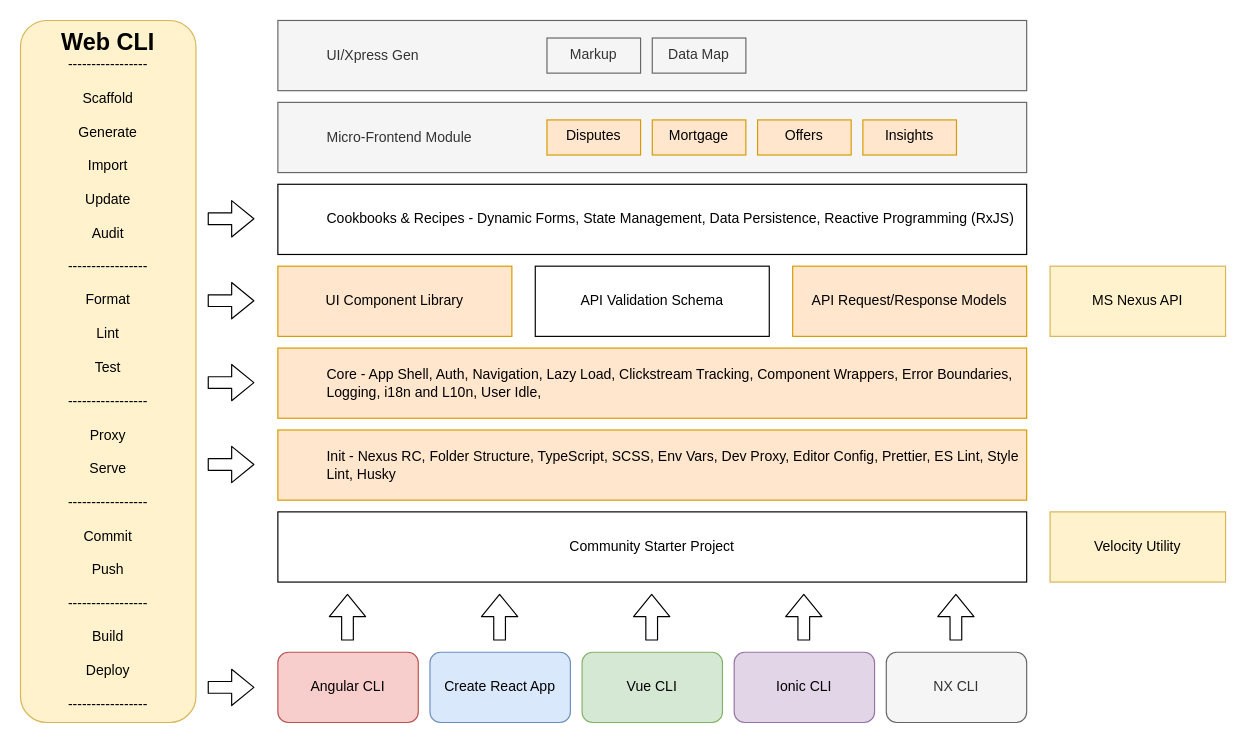
The draw.io diagram Nexus CLI map.drawio in hikumealan/draw-io-diagrams, before the edit. Source tidied: cells renumbered, new cells numbered last; positions are measured from the earlier drawing's top-left corner, leaving out a move shared by most shapes. Both pictures are drawn from the tidied source at 117%, with x=0, y=0 at pixel (20, 20).
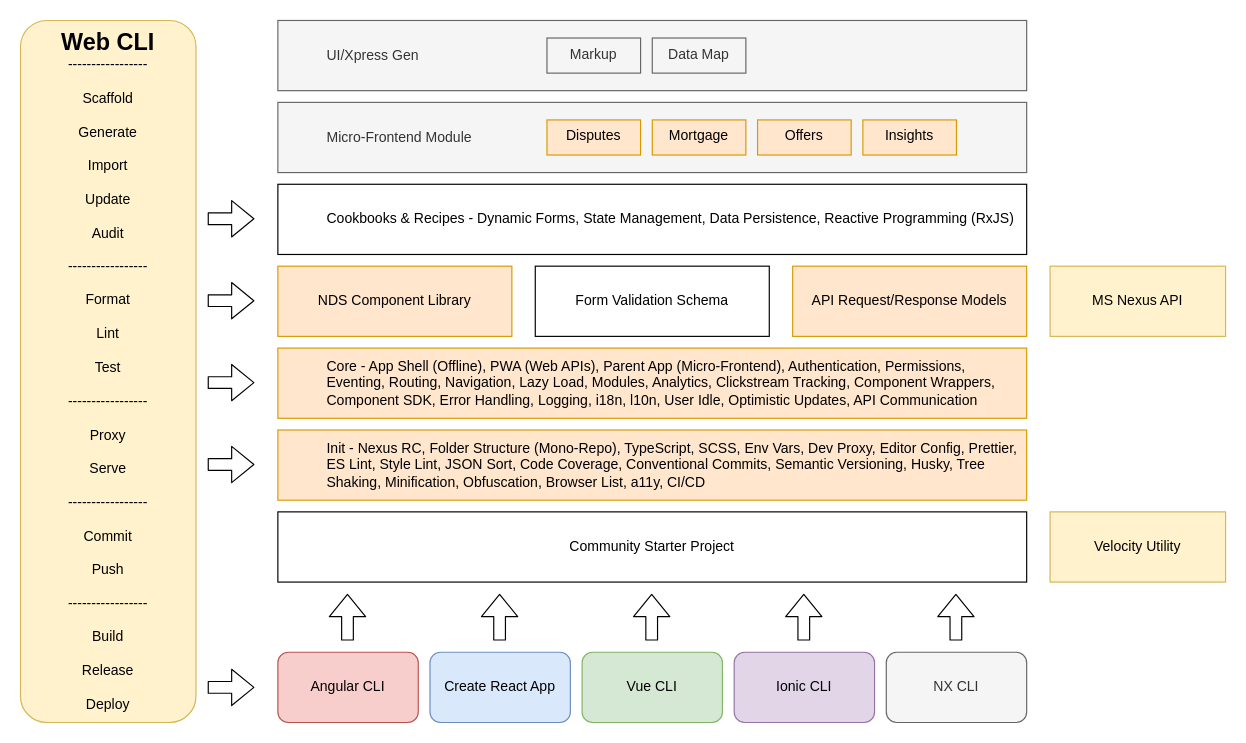
Above is the later version.

Change to the diagram source:
```diff
@@
-    <mxCell id="7" value="&lt;b style=&quot;font-size: 20px&quot;&gt;Web CLI&lt;br&gt;&lt;/b&gt;-----------------&lt;br&gt;&lt;br&gt;Scaffold&lt;br&gt;&lt;br&gt;Generate&lt;br&gt;&lt;br&gt;Import&lt;br&gt;&lt;br&gt;Update&lt;br&gt;&lt;br&gt;Audit&lt;br&gt;&lt;br&gt;-----------------&lt;br&gt;&lt;br&gt;Format&lt;br&gt;&lt;br&gt;Lint&lt;br&gt;&lt;br&gt;Test&lt;br&gt;&lt;br&gt;-----------------&lt;br&gt;&lt;br&gt;Proxy&lt;br&gt;&lt;br&gt;Serve&lt;br&gt;&lt;br&gt;-----------------&lt;br&gt;&lt;br&gt;Commit&lt;br&gt;&lt;br&gt;Push&lt;br&gt;&lt;br&gt;-----------------&lt;br&gt;&lt;br&gt;Build&lt;br&gt;&lt;br&gt;Deploy&lt;br&gt;&lt;br&gt;-----------------" style="rounded=1;whiteSpace=wrap;html=1;fillColor=#fff2cc;strokeColor=#d6b656;verticalAlign=top;" parent="1" vertex="1">
+    <mxCell id="7" value="&lt;b style=&quot;font-size: 20px&quot;&gt;Web CLI&lt;br&gt;&lt;/b&gt;-----------------&lt;br&gt;&lt;br&gt;Scaffold&lt;br&gt;&lt;br&gt;Generate&lt;br&gt;&lt;br&gt;Import&lt;br&gt;&lt;br&gt;Update&lt;br&gt;&lt;br&gt;Audit&lt;br&gt;&lt;br&gt;-----------------&lt;br&gt;&lt;br&gt;Format&lt;br&gt;&lt;br&gt;Lint&lt;br&gt;&lt;br&gt;Test&lt;br&gt;&lt;br&gt;-----------------&lt;br&gt;&lt;br&gt;Proxy&lt;br&gt;&lt;br&gt;Serve&lt;br&gt;&lt;br&gt;-----------------&lt;br&gt;&lt;br&gt;Commit&lt;br&gt;&lt;br&gt;Push&lt;br&gt;&lt;br&gt;-----------------&lt;br&gt;&lt;br&gt;Build&lt;br&gt;&lt;br&gt;Release&lt;br&gt;&lt;br&gt;Deploy" style="rounded=1;whiteSpace=wrap;html=1;fillColor=#fff2cc;strokeColor=#d6b656;verticalAlign=top;" parent="1" vertex="1">
       <mxGeometry width="150" height="600" as="geometry" />
     </mxCell>
-    <mxCell id="8" value="&lt;blockquote style=&quot;margin: 0 0 0 40px ; border: none ; padding: 0px&quot;&gt;Core - App Shell, Auth, Navigation, Lazy Load, Clickstream Tracking, Component Wrappers, Error Boundaries, Logging, i18n and L10n, User Idle,&amp;nbsp;&lt;/blockquote&gt;" style="rounded=0;whiteSpace=wrap;html=1;fillColor=#ffe6cc;strokeColor=#d79b00;align=left;" parent="1" vertex="1">
+    <mxCell id="8" value="&lt;blockquote style=&quot;margin: 0 0 0 40px ; border: none ; padding: 0px&quot;&gt;Core - App Shell (Offline), PWA (Web APIs), Parent App (Micro-Frontend), Authentication, Permissions, Eventing, Routing, Navigation, Lazy Load, Modules, Analytics, Clickstream Tracking, Component Wrappers, Component SDK, Error Handling, Logging, i18n, l10n, User Idle, Optimistic Updates, API Communication&lt;/blockquote&gt;" style="rounded=0;whiteSpace=wrap;html=1;fillColor=#ffe6cc;strokeColor=#d79b00;align=left;" parent="1" vertex="1">
       <mxGeometry x="220" y="280" width="640" height="60" as="geometry" />
     </mxCell>
@@
-    <mxCell id="19" value="UI Component Library" style="rounded=0;whiteSpace=wrap;html=1;fillColor=#ffe6cc;strokeColor=#d79b00;" parent="1" vertex="1">
+    <mxCell id="19" value="NDS Component Library" style="rounded=0;whiteSpace=wrap;html=1;fillColor=#ffe6cc;strokeColor=#d79b00;" parent="1" vertex="1">
       <mxGeometry x="220" y="210" width="200" height="60" as="geometry" />
     </mxCell>
@@
-    <mxCell id="21" value="API Validation Schema" style="rounded=0;whiteSpace=wrap;html=1;" parent="1" vertex="1">
+    <mxCell id="21" value="Form Validation Schema" style="rounded=0;whiteSpace=wrap;html=1;" parent="1" vertex="1">
       <mxGeometry x="440" y="210" width="200" height="60" as="geometry" />
     </mxCell>
@@
-    <mxCell id="32" value="&lt;blockquote style=&quot;margin: 0 0 0 40px ; border: none ; padding: 0px&quot;&gt;Init - Nexus RC, Folder Structure, TypeScript, SCSS, Env Vars, Dev Proxy, Editor Config, Prettier, ES Lint, Style Lint, Husky&lt;/blockquote&gt;" style="rounded=0;whiteSpace=wrap;html=1;fillColor=#ffe6cc;strokeColor=#d79b00;align=left;" parent="1" vertex="1">
+    <mxCell id="32" value="&lt;blockquote style=&quot;margin: 0 0 0 40px ; border: none ; padding: 0px&quot;&gt;Init - Nexus RC, Folder Structure (Mono-Repo), TypeScript, SCSS, Env Vars, Dev Proxy, Editor Config, Prettier, ES Lint, Style Lint, JSON Sort, Code Coverage, Conventional Commits, Semantic Versioning, Husky, Tree Shaking, Minification,&amp;nbsp;Obfuscation, Browser List, a11y, CI/CD&lt;/blockquote&gt;" style="rounded=0;whiteSpace=wrap;html=1;fillColor=#ffe6cc;strokeColor=#d79b00;align=left;" parent="1" vertex="1">
       <mxGeometry x="220" y="350" width="640" height="60" as="geometry" />
     </mxCell>
```
